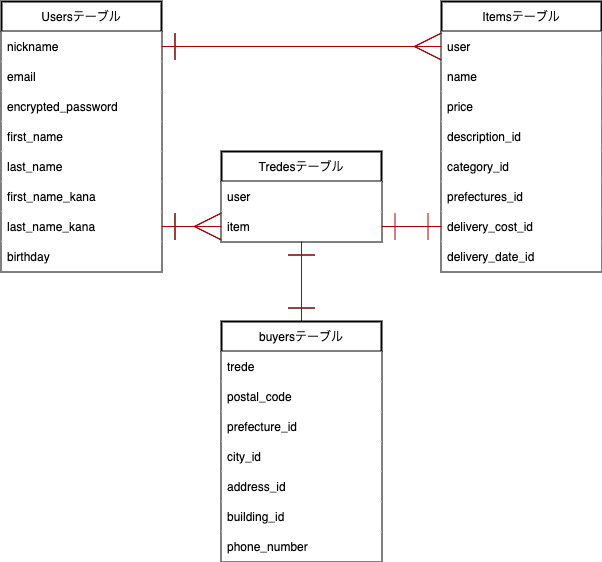
Before: ER.png, a diagram exported from draw.io (YamaTakuYo/furima-37669). Source tidied: cells renumbered, new cells last; positions are measured from the earlier drawing's top-left corner, leaving out a move shared by most shapes. Source of this version:
```xml
<mxGraphModel>
  <root>
    <mxCell id="0" />
    <mxCell id="1" parent="0" />
    <mxCell id="2" value="Usersテーブル" style="swimlane;fontStyle=0;horizontal=1;startSize=30;fillColor=#bac8d3;strokeColor=#23445d;" parent="1" vertex="1">
      <mxGeometry width="160" height="270" as="geometry" />
    </mxCell>
    <mxCell id="3" value="nickname" style="text;strokeColor=none;fillColor=none;align=left;verticalAlign=middle;spacingLeft=4;spacingRight=4;overflow=hidden;points=[[0,0.5],[1,0.5]];portConstraint=eastwest;" parent="2" vertex="1">
      <mxGeometry y="30" width="160" height="30" as="geometry" />
    </mxCell>
    <mxCell id="4" value="email" style="text;strokeColor=none;fillColor=none;align=left;verticalAlign=middle;spacingLeft=4;spacingRight=4;overflow=hidden;" parent="2" vertex="1">
      <mxGeometry y="60" width="160" height="30" as="geometry" />
    </mxCell>
    <mxCell id="5" value="encrypted_passwaord" style="text;strokeColor=none;fillColor=none;align=left;verticalAlign=middle;spacingLeft=4;spacingRight=4;overflow=hidden;" parent="2" vertex="1">
      <mxGeometry y="90" width="160" height="30" as="geometry" />
    </mxCell>
    <mxCell id="6" value="first_name" style="text;strokeColor=none;fillColor=none;align=left;verticalAlign=middle;spacingLeft=4;spacingRight=4;overflow=hidden;" parent="2" vertex="1">
      <mxGeometry y="120" width="160" height="30" as="geometry" />
    </mxCell>
    <mxCell id="7" value="last_name" style="text;strokeColor=none;fillColor=none;align=left;verticalAlign=middle;spacingLeft=4;spacingRight=4;overflow=hidden;" parent="2" vertex="1">
      <mxGeometry y="150" width="160" height="30" as="geometry" />
    </mxCell>
    <mxCell id="8" value="first_name_kana" style="text;strokeColor=none;fillColor=none;align=left;verticalAlign=middle;spacingLeft=4;spacingRight=4;overflow=hidden;" parent="2" vertex="1">
      <mxGeometry y="180" width="160" height="30" as="geometry" />
    </mxCell>
    <mxCell id="9" value="last_name_kana" style="text;strokeColor=none;fillColor=none;align=left;verticalAlign=middle;spacingLeft=4;spacingRight=4;overflow=hidden;points=[[0,0.5],[1,0.5]];portConstraint=eastwest;" parent="2" vertex="1">
      <mxGeometry y="210" width="160" height="30" as="geometry" />
    </mxCell>
    <mxCell id="10" value="birthday" style="text;strokeColor=none;fillColor=none;align=left;verticalAlign=middle;spacingLeft=4;spacingRight=4;overflow=hidden;" parent="2" vertex="1">
      <mxGeometry y="240" width="160" height="30" as="geometry" />
    </mxCell>
    <mxCell id="11" value="Tredesテーブル" style="swimlane;fontStyle=0;horizontal=1;startSize=30;fillColor=#bac8d3;strokeColor=#23445d;" parent="1" vertex="1">
      <mxGeometry x="220" y="150" width="160" height="90" as="geometry" />
    </mxCell>
    <mxCell id="12" value="user" style="text;strokeColor=none;fillColor=none;align=left;verticalAlign=middle;spacingLeft=4;spacingRight=4;overflow=hidden;" parent="11" vertex="1">
      <mxGeometry y="30" width="160" height="30" as="geometry" />
    </mxCell>
    <mxCell id="13" value="item" style="text;strokeColor=none;fillColor=none;align=left;verticalAlign=middle;spacingLeft=4;spacingRight=4;overflow=hidden;points=[[0,0.5],[1,0.5]];portConstraint=eastwest;" parent="11" vertex="1">
      <mxGeometry y="60" width="160" height="30" as="geometry" />
    </mxCell>
    <mxCell id="14" value="Itemsテーブル" style="swimlane;fontStyle=0;horizontal=1;startSize=30;fillColor=#bac8d3;strokeColor=#23445d;" parent="1" vertex="1">
      <mxGeometry x="440" width="160" height="270" as="geometry" />
    </mxCell>
    <mxCell id="15" value="user" style="text;strokeColor=none;fillColor=none;align=left;verticalAlign=middle;spacingLeft=4;spacingRight=4;overflow=hidden;points=[[0,0.5],[1,0.5]];portConstraint=eastwest;" parent="14" vertex="1">
      <mxGeometry y="30" width="160" height="30" as="geometry" />
    </mxCell>
    <mxCell id="16" value="name" style="text;strokeColor=none;fillColor=none;align=left;verticalAlign=middle;spacingLeft=4;spacingRight=4;overflow=hidden;" parent="14" vertex="1">
      <mxGeometry y="60" width="160" height="30" as="geometry" />
    </mxCell>
    <mxCell id="17" value="price" style="text;strokeColor=none;fillColor=none;align=left;verticalAlign=middle;spacingLeft=4;spacingRight=4;overflow=hidden;" parent="14" vertex="1">
      <mxGeometry y="90" width="160" height="30" as="geometry" />
    </mxCell>
    <mxCell id="18" value="description_id" style="text;strokeColor=none;fillColor=none;align=left;verticalAlign=middle;spacingLeft=4;spacingRight=4;overflow=hidden;" parent="14" vertex="1">
      <mxGeometry y="120" width="160" height="30" as="geometry" />
    </mxCell>
    <mxCell id="19" value="category_id" style="text;strokeColor=none;fillColor=none;align=left;verticalAlign=middle;spacingLeft=4;spacingRight=4;overflow=hidden;" parent="14" vertex="1">
      <mxGeometry y="150" width="160" height="30" as="geometry" />
    </mxCell>
    <mxCell id="20" value="prefectures_id" style="text;strokeColor=none;fillColor=none;align=left;verticalAlign=middle;spacingLeft=4;spacingRight=4;overflow=hidden;" parent="14" vertex="1">
      <mxGeometry y="180" width="160" height="30" as="geometry" />
    </mxCell>
    <mxCell id="21" value="delivery_cost_id" style="text;strokeColor=none;fillColor=none;align=left;verticalAlign=middle;spacingLeft=4;spacingRight=4;overflow=hidden;" parent="14" vertex="1">
      <mxGeometry y="210" width="160" height="30" as="geometry" />
    </mxCell>
    <mxCell id="22" value="delivery_date_id" style="text;strokeColor=none;fillColor=none;align=left;verticalAlign=middle;spacingLeft=4;spacingRight=4;overflow=hidden;" parent="14" vertex="1">
      <mxGeometry y="240" width="160" height="30" as="geometry" />
    </mxCell>
    <mxCell id="23" style="edgeStyle=none;html=1;exitX=0.5;exitY=0;exitDx=0;exitDy=0;startArrow=ERone;startFill=0;endArrow=ERone;endFill=0;startSize=25;endSize=25;" parent="1" edge="1" source="24" target="13">
      <mxGeometry relative="1" as="geometry" />
    </mxCell>
    <mxCell id="24" value="buyersテーブル" style="swimlane;fontStyle=0;horizontal=1;startSize=30;fillColor=#bac8d3;strokeColor=#23445d;" parent="1" vertex="1">
      <mxGeometry x="220" y="320" width="160" height="240" as="geometry" />
    </mxCell>
    <mxCell id="25" value="trede" style="text;strokeColor=none;fillColor=none;align=left;verticalAlign=middle;spacingLeft=4;spacingRight=4;overflow=hidden;" parent="24" vertex="1">
      <mxGeometry y="30" width="160" height="30" as="geometry" />
    </mxCell>
    <mxCell id="26" value="postal_code" style="text;strokeColor=none;fillColor=none;align=left;verticalAlign=middle;spacingLeft=4;spacingRight=4;overflow=hidden;" parent="24" vertex="1">
      <mxGeometry y="60" width="160" height="30" as="geometry" />
    </mxCell>
    <mxCell id="27" value="prefecture_id" style="text;strokeColor=none;fillColor=none;align=left;verticalAlign=middle;spacingLeft=4;spacingRight=4;overflow=hidden;" parent="24" vertex="1">
      <mxGeometry y="90" width="160" height="30" as="geometry" />
    </mxCell>
    <mxCell id="28" value="city_id" style="text;strokeColor=none;fillColor=none;align=left;verticalAlign=middle;spacingLeft=4;spacingRight=4;overflow=hidden;" parent="24" vertex="1">
      <mxGeometry y="120" width="160" height="30" as="geometry" />
    </mxCell>
    <mxCell id="29" value="address_id" style="text;strokeColor=none;fillColor=none;align=left;verticalAlign=middle;spacingLeft=4;spacingRight=4;overflow=hidden;" parent="24" vertex="1">
      <mxGeometry y="150" width="160" height="30" as="geometry" />
    </mxCell>
    <mxCell id="30" value="building_id" style="text;strokeColor=none;fillColor=none;align=left;verticalAlign=middle;spacingLeft=4;spacingRight=4;overflow=hidden;" parent="24" vertex="1">
      <mxGeometry y="180" width="160" height="30" as="geometry" />
    </mxCell>
    <mxCell id="31" value="phone_number" style="text;strokeColor=none;fillColor=none;align=left;verticalAlign=middle;spacingLeft=4;spacingRight=4;overflow=hidden;" parent="24" vertex="1">
      <mxGeometry y="210" width="160" height="30" as="geometry" />
    </mxCell>
    <mxCell id="32" style="edgeStyle=none;html=1;exitX=0;exitY=0.5;exitDx=0;exitDy=0;entryX=1;entryY=0.5;entryDx=0;entryDy=0;startArrow=ERmany;startFill=0;endArrow=ERone;endFill=0;startSize=25;endSize=25;" parent="1" edge="1" source="15" target="3">
      <mxGeometry relative="1" as="geometry" />
    </mxCell>
    <mxCell id="33" style="edgeStyle=none;html=1;exitX=0;exitY=0.5;exitDx=0;exitDy=0;entryX=1;entryY=0.5;entryDx=0;entryDy=0;startArrow=ERmany;startFill=0;endArrow=ERone;endFill=0;startSize=25;endSize=25;" parent="1" edge="1" source="13" target="9">
      <mxGeometry relative="1" as="geometry" />
    </mxCell>
    <mxCell id="34" value="名称未設定レイヤ" parent="0" />
    <mxCell id="35" value="Usersテーブル" style="swimlane;fontStyle=0;horizontal=1;startSize=30;fillColor=default;strokeWidth=2;" parent="34" vertex="1">
      <mxGeometry width="160" height="270" as="geometry" />
    </mxCell>
    <mxCell id="36" value="nickname" style="text;strokeColor=none;fillColor=default;align=left;verticalAlign=middle;spacingLeft=4;spacingRight=4;overflow=hidden;points=[[0,0.5],[1,0.5]];portConstraint=eastwest;" parent="35" vertex="1">
      <mxGeometry y="30" width="160" height="30" as="geometry" />
    </mxCell>
    <mxCell id="37" value="email" style="text;strokeColor=none;fillColor=default;align=left;verticalAlign=middle;spacingLeft=4;spacingRight=4;overflow=hidden;" parent="35" vertex="1">
      <mxGeometry y="60" width="160" height="30" as="geometry" />
    </mxCell>
    <mxCell id="38" value="encrypted_password" style="text;strokeColor=none;fillColor=default;align=left;verticalAlign=middle;spacingLeft=4;spacingRight=4;overflow=hidden;" parent="35" vertex="1">
      <mxGeometry y="90" width="160" height="30" as="geometry" />
    </mxCell>
    <mxCell id="39" value="first_name" style="text;strokeColor=none;fillColor=default;align=left;verticalAlign=middle;spacingLeft=4;spacingRight=4;overflow=hidden;" parent="35" vertex="1">
      <mxGeometry y="120" width="160" height="30" as="geometry" />
    </mxCell>
    <mxCell id="40" value="last_name" style="text;strokeColor=none;fillColor=default;align=left;verticalAlign=middle;spacingLeft=4;spacingRight=4;overflow=hidden;" parent="35" vertex="1">
      <mxGeometry y="150" width="160" height="30" as="geometry" />
    </mxCell>
    <mxCell id="41" value="first_name_kana" style="text;strokeColor=none;fillColor=default;align=left;verticalAlign=middle;spacingLeft=4;spacingRight=4;overflow=hidden;" parent="35" vertex="1">
      <mxGeometry y="180" width="160" height="30" as="geometry" />
    </mxCell>
    <mxCell id="42" value="last_name_kana" style="text;strokeColor=none;fillColor=default;align=left;verticalAlign=middle;spacingLeft=4;spacingRight=4;overflow=hidden;points=[[0,0.5],[1,0.5]];portConstraint=eastwest;" parent="35" vertex="1">
      <mxGeometry y="210" width="160" height="30" as="geometry" />
    </mxCell>
    <mxCell id="43" value="birthday" style="text;strokeColor=none;fillColor=default;align=left;verticalAlign=middle;spacingLeft=4;spacingRight=4;overflow=hidden;" parent="35" vertex="1">
      <mxGeometry y="240" width="160" height="30" as="geometry" />
    </mxCell>
    <mxCell id="44" value="Tredesテーブル" style="swimlane;fontStyle=0;horizontal=1;startSize=30;strokeWidth=2;" parent="34" vertex="1">
      <mxGeometry x="220" y="150" width="160" height="90" as="geometry" />
    </mxCell>
    <mxCell id="45" value="user" style="text;strokeColor=none;fillColor=default;align=left;verticalAlign=middle;spacingLeft=4;spacingRight=4;overflow=hidden;" parent="44" vertex="1">
      <mxGeometry y="30" width="160" height="30" as="geometry" />
    </mxCell>
    <mxCell id="46" value="item" style="text;strokeColor=none;fillColor=default;align=left;verticalAlign=middle;spacingLeft=4;spacingRight=4;overflow=hidden;points=[[0,0.5],[1,0.5]];portConstraint=eastwest;" parent="44" vertex="1">
      <mxGeometry y="60" width="160" height="30" as="geometry" />
    </mxCell>
    <mxCell id="47" value="Itemsテーブル" style="swimlane;fontStyle=0;horizontal=1;startSize=30;strokeWidth=2;" parent="34" vertex="1">
      <mxGeometry x="440" width="160" height="270" as="geometry" />
    </mxCell>
    <mxCell id="48" value="user" style="text;strokeColor=none;fillColor=default;align=left;verticalAlign=middle;spacingLeft=4;spacingRight=4;overflow=hidden;points=[[0,0.5],[1,0.5]];portConstraint=eastwest;" parent="47" vertex="1">
      <mxGeometry y="30" width="160" height="30" as="geometry" />
    </mxCell>
    <mxCell id="49" value="name" style="text;strokeColor=none;fillColor=default;align=left;verticalAlign=middle;spacingLeft=4;spacingRight=4;overflow=hidden;" parent="47" vertex="1">
      <mxGeometry y="60" width="160" height="30" as="geometry" />
    </mxCell>
    <mxCell id="50" value="price" style="text;strokeColor=none;fillColor=default;align=left;verticalAlign=middle;spacingLeft=4;spacingRight=4;overflow=hidden;" parent="47" vertex="1">
      <mxGeometry y="90" width="160" height="30" as="geometry" />
    </mxCell>
    <mxCell id="51" value="description_id" style="text;strokeColor=none;fillColor=default;align=left;verticalAlign=middle;spacingLeft=4;spacingRight=4;overflow=hidden;" parent="47" vertex="1">
      <mxGeometry y="120" width="160" height="30" as="geometry" />
    </mxCell>
    <mxCell id="52" value="category_id" style="text;strokeColor=none;fillColor=default;align=left;verticalAlign=middle;spacingLeft=4;spacingRight=4;overflow=hidden;" parent="47" vertex="1">
      <mxGeometry y="150" width="160" height="30" as="geometry" />
    </mxCell>
    <mxCell id="53" value="prefectures_id" style="text;strokeColor=none;fillColor=default;align=left;verticalAlign=middle;spacingLeft=4;spacingRight=4;overflow=hidden;" parent="47" vertex="1">
      <mxGeometry y="180" width="160" height="30" as="geometry" />
    </mxCell>
    <mxCell id="54" value="delivery_cost_id" style="text;strokeColor=none;fillColor=default;align=left;verticalAlign=middle;spacingLeft=4;spacingRight=4;overflow=hidden;points=[[0,0.5],[1,0.5]];portConstraint=eastwest;" parent="47" vertex="1">
      <mxGeometry y="210" width="160" height="30" as="geometry" />
    </mxCell>
    <mxCell id="55" value="delivery_date_id" style="text;strokeColor=none;fillColor=default;align=left;verticalAlign=middle;spacingLeft=4;spacingRight=4;overflow=hidden;" parent="47" vertex="1">
      <mxGeometry y="240" width="160" height="30" as="geometry" />
    </mxCell>
    <mxCell id="56" style="edgeStyle=none;html=1;exitX=0.5;exitY=0;exitDx=0;exitDy=0;startArrow=ERone;startFill=0;endArrow=ERone;endFill=0;startSize=25;endSize=25;fillColor=#e51400;strokeColor=#B20000;" parent="34" edge="1" source="57" target="46">
      <mxGeometry relative="1" as="geometry" />
    </mxCell>
    <mxCell id="57" value="buyersテーブル" style="swimlane;fontStyle=0;horizontal=1;startSize=30;strokeWidth=2;perimeterSpacing=0;swimlaneLine=1;rounded=0;shadow=0;strokeColor=default;" parent="34" vertex="1">
      <mxGeometry x="220" y="320" width="160" height="240" as="geometry" />
    </mxCell>
    <mxCell id="58" value="trede" style="text;strokeColor=none;fillColor=default;align=left;verticalAlign=middle;spacingLeft=4;spacingRight=4;overflow=hidden;" parent="57" vertex="1">
      <mxGeometry y="30" width="160" height="30" as="geometry" />
    </mxCell>
    <mxCell id="59" value="postal_code" style="text;strokeColor=none;fillColor=default;align=left;verticalAlign=middle;spacingLeft=4;spacingRight=4;overflow=hidden;" parent="57" vertex="1">
      <mxGeometry y="60" width="160" height="30" as="geometry" />
    </mxCell>
    <mxCell id="60" value="prefecture_id" style="text;strokeColor=none;fillColor=default;align=left;verticalAlign=middle;spacingLeft=4;spacingRight=4;overflow=hidden;" parent="57" vertex="1">
      <mxGeometry y="90" width="160" height="30" as="geometry" />
    </mxCell>
    <mxCell id="61" value="city_id" style="text;strokeColor=none;fillColor=default;align=left;verticalAlign=middle;spacingLeft=4;spacingRight=4;overflow=hidden;" parent="57" vertex="1">
      <mxGeometry y="120" width="160" height="30" as="geometry" />
    </mxCell>
    <mxCell id="62" value="address_id" style="text;strokeColor=none;fillColor=default;align=left;verticalAlign=middle;spacingLeft=4;spacingRight=4;overflow=hidden;" parent="57" vertex="1">
      <mxGeometry y="150" width="160" height="30" as="geometry" />
    </mxCell>
    <mxCell id="63" value="building_id" style="text;strokeColor=none;fillColor=default;align=left;verticalAlign=middle;spacingLeft=4;spacingRight=4;overflow=hidden;" parent="57" vertex="1">
      <mxGeometry y="180" width="160" height="30" as="geometry" />
    </mxCell>
    <mxCell id="64" value="phone_number" style="text;strokeColor=none;fillColor=default;align=left;verticalAlign=middle;spacingLeft=4;spacingRight=4;overflow=hidden;" parent="57" vertex="1">
      <mxGeometry y="210" width="160" height="30" as="geometry" />
    </mxCell>
    <mxCell id="65" style="edgeStyle=none;html=1;exitX=0;exitY=0.5;exitDx=0;exitDy=0;entryX=1;entryY=0.5;entryDx=0;entryDy=0;startArrow=ERmany;startFill=0;endArrow=ERone;endFill=0;startSize=25;endSize=25;fillColor=#e51400;strokeColor=#B20000;" parent="34" edge="1" source="48" target="36">
      <mxGeometry relative="1" as="geometry" />
    </mxCell>
    <mxCell id="66" style="edgeStyle=none;html=1;exitX=0;exitY=0.5;exitDx=0;exitDy=0;entryX=1;entryY=0.5;entryDx=0;entryDy=0;startArrow=ERmany;startFill=0;endArrow=ERone;endFill=0;startSize=25;endSize=25;fillColor=#e51400;strokeColor=#B20000;" parent="34" edge="1" source="46" target="42">
      <mxGeometry relative="1" as="geometry" />
    </mxCell>
    <mxCell id="67" style="edgeStyle=none;html=1;exitX=1;exitY=0.5;exitDx=0;exitDy=0;entryX=0;entryY=0.5;entryDx=0;entryDy=0;startArrow=ERone;startFill=0;endArrow=ERone;endFill=0;startSize=25;endSize=25;fillColor=#e51400;strokeColor=#B20000;" parent="34" edge="1" source="46" target="54">
      <mxGeometry relative="1" as="geometry" />
    </mxCell>
  </root>
</mxGraphModel>
```
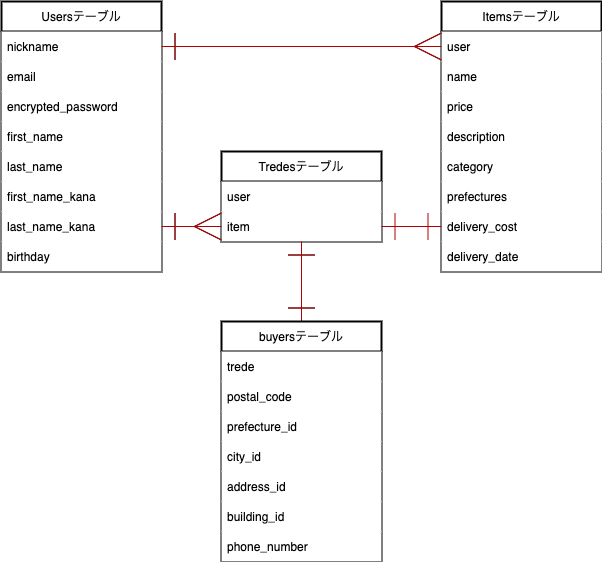
After the change.

Commit message:
ER図、README修正(単数形、id削除)

The edit, as a diff of the source:
```diff
@@ -147,19 +147,19 @@
     <mxCell id="50" value="price" style="text;strokeColor=none;fillColor=default;align=left;verticalAlign=middle;spacingLeft=4;spacingRight=4;overflow=hidden;" parent="47" vertex="1">
       <mxGeometry y="90" width="160" height="30" as="geometry" />
     </mxCell>
-    <mxCell id="51" value="description_id" style="text;strokeColor=none;fillColor=default;align=left;verticalAlign=middle;spacingLeft=4;spacingRight=4;overflow=hidden;" parent="47" vertex="1">
+    <mxCell id="51" value="description" style="text;strokeColor=none;fillColor=default;align=left;verticalAlign=middle;spacingLeft=4;spacingRight=4;overflow=hidden;" parent="47" vertex="1">
       <mxGeometry y="120" width="160" height="30" as="geometry" />
     </mxCell>
-    <mxCell id="52" value="category_id" style="text;strokeColor=none;fillColor=default;align=left;verticalAlign=middle;spacingLeft=4;spacingRight=4;overflow=hidden;" parent="47" vertex="1">
+    <mxCell id="52" value="category" style="text;strokeColor=none;fillColor=default;align=left;verticalAlign=middle;spacingLeft=4;spacingRight=4;overflow=hidden;" parent="47" vertex="1">
       <mxGeometry y="150" width="160" height="30" as="geometry" />
     </mxCell>
-    <mxCell id="53" value="prefectures_id" style="text;strokeColor=none;fillColor=default;align=left;verticalAlign=middle;spacingLeft=4;spacingRight=4;overflow=hidden;" parent="47" vertex="1">
+    <mxCell id="53" value="prefectures" style="text;strokeColor=none;fillColor=default;align=left;verticalAlign=middle;spacingLeft=4;spacingRight=4;overflow=hidden;" parent="47" vertex="1">
       <mxGeometry y="180" width="160" height="30" as="geometry" />
     </mxCell>
-    <mxCell id="54" value="delivery_cost_id" style="text;strokeColor=none;fillColor=default;align=left;verticalAlign=middle;spacingLeft=4;spacingRight=4;overflow=hidden;points=[[0,0.5],[1,0.5]];portConstraint=eastwest;" parent="47" vertex="1">
+    <mxCell id="54" value="delivery_cost" style="text;strokeColor=none;fillColor=default;align=left;verticalAlign=middle;spacingLeft=4;spacingRight=4;overflow=hidden;points=[[0,0.5],[1,0.5]];portConstraint=eastwest;" parent="47" vertex="1">
       <mxGeometry y="210" width="160" height="30" as="geometry" />
     </mxCell>
-    <mxCell id="55" value="delivery_date_id" style="text;strokeColor=none;fillColor=default;align=left;verticalAlign=middle;spacingLeft=4;spacingRight=4;overflow=hidden;" parent="47" vertex="1">
+    <mxCell id="55" value="delivery_date" style="text;strokeColor=none;fillColor=default;align=left;verticalAlign=middle;spacingLeft=4;spacingRight=4;overflow=hidden;" parent="47" vertex="1">
       <mxGeometry y="240" width="160" height="30" as="geometry" />
     </mxCell>
     <mxCell id="56" style="edgeStyle=none;html=1;exitX=0.5;exitY=0;exitDx=0;exitDy=0;startArrow=ERone;startFill=0;endArrow=ERone;endFill=0;startSize=25;endSize=25;fillColor=#e51400;strokeColor=#B20000;" parent="34" edge="1" source="57" target="46">
```
